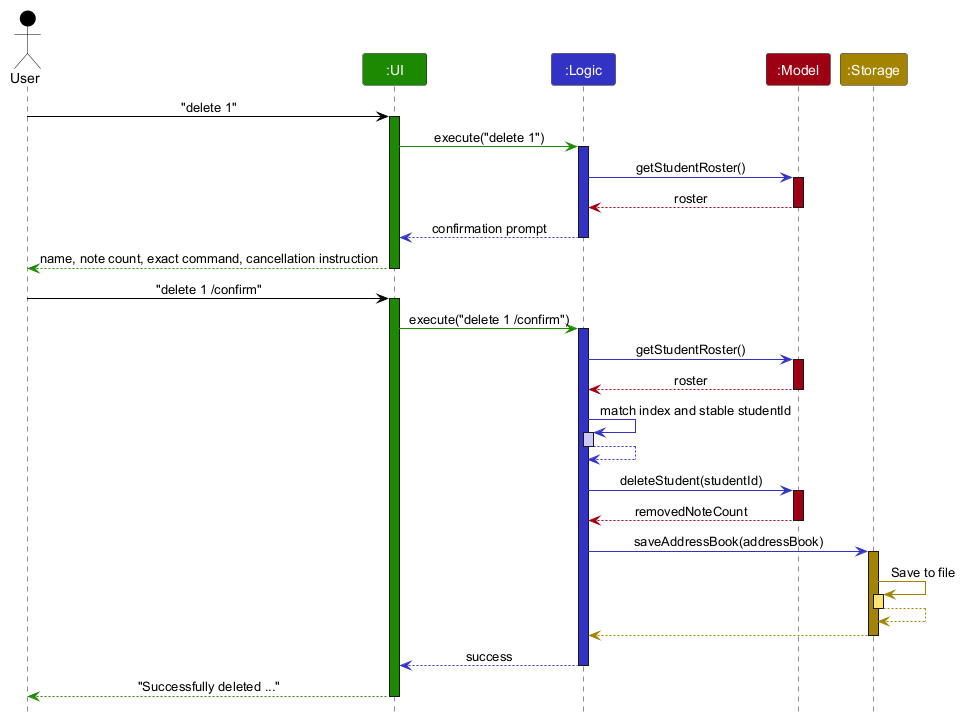
Above: docs/images/ArchitectureSequenceDiagram.png in AY2627S1-CS2103T-F09-1/tp (PlantUML), before the change.
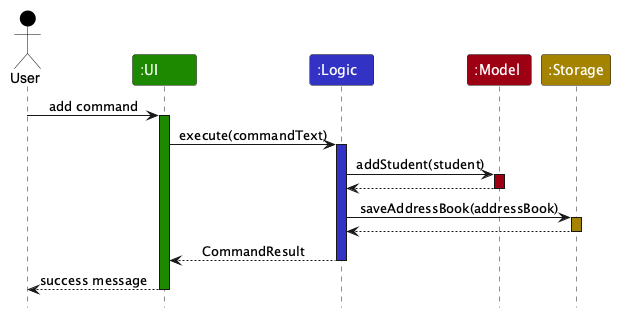
The same file after the commit.

Commit message:
Simplify the architecture sequence diagram

The architecture sequence shows two deletion commands and internal
steps, obscuring how the four main components interact.

Show the successful add flow at component level and explain its
architectural purpose in the Developer Guide. Update the surrounding
references to match the new example.

Fixes #322

Change to the diagram source:
```diff
@@ -2,51 +2,26 @@
 !include style.puml
 skinparam ArrowFontStyle plain
 
-Actor User as user USER_COLOR
-Participant ":UI" as ui UI_COLOR
-Participant ":Logic" as logic LOGIC_COLOR
-Participant ":Model" as model MODEL_COLOR
-Participant ":Storage" as storage STORAGE_COLOR
+actor User as user USER_COLOR
+participant ":UI" as ui UI_COLOR
+participant ":Logic" as logic LOGIC_COLOR
+participant ":Model" as model MODEL_COLOR
+participant ":Storage" as storage STORAGE_COLOR
 
-user -[USER_COLOR]> ui : "delete 1"
+user -> ui : add command
 activate ui UI_COLOR
-ui -[UI_COLOR]> logic : execute("delete 1")
+ui -> logic : execute(commandText)
 activate logic LOGIC_COLOR
-logic -[LOGIC_COLOR]> model : getStudentRoster()
+logic -> model : addStudent(student)
 activate model MODEL_COLOR
-model -[MODEL_COLOR]-> logic : roster
+model --> logic
 deactivate model
-logic --[LOGIC_COLOR]> ui : confirmation prompt
+logic -> storage : saveAddressBook(addressBook)
+activate storage STORAGE_COLOR
+storage --> logic
+deactivate storage
+logic --> ui : CommandResult
 deactivate logic
-ui --[UI_COLOR]> user : name, note count, exact command, cancellation instruction
-deactivate ui
-
-user -[USER_COLOR]> ui : "delete 1 /confirm"
-activate ui UI_COLOR
-ui -[UI_COLOR]> logic : execute("delete 1 /confirm")
-activate logic LOGIC_COLOR
-logic -[LOGIC_COLOR]> model : getStudentRoster()
-activate model MODEL_COLOR
-model -[MODEL_COLOR]-> logic : roster
-deactivate model
-logic -[LOGIC_COLOR]> logic : match index and stable studentId
-activate logic LOGIC_COLOR_T1
-logic --[LOGIC_COLOR]> logic
-deactivate logic
-logic -[LOGIC_COLOR]> model : deleteStudent(studentId)
-activate model MODEL_COLOR
-model -[MODEL_COLOR]-> logic : removedNoteCount
-deactivate model
-logic -[LOGIC_COLOR]> storage : saveAddressBook(addressBook)
-activate storage STORAGE_COLOR
-storage -[STORAGE_COLOR]> storage : Save to file
-activate storage STORAGE_COLOR_T1
-storage --[STORAGE_COLOR]> storage
-deactivate storage
-storage --[STORAGE_COLOR]> logic
-deactivate storage
-logic --[LOGIC_COLOR]> ui : success
-deactivate logic
-ui --[UI_COLOR]> user : "Successfully deleted ..."
+ui --> user : success message
 deactivate ui
 @enduml
```
